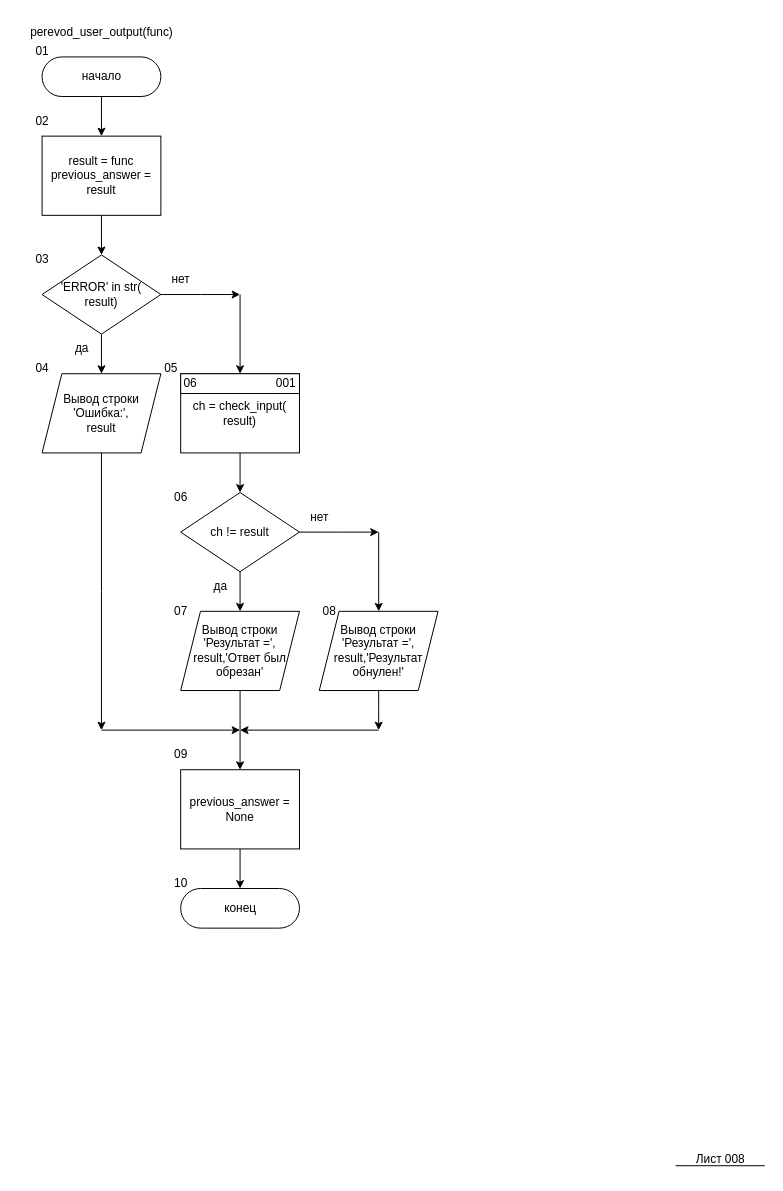
Earlier version of the draw.io diagram page "Page-6" (6 of 9) of start.drawio (Salamander-m/tillabaev). Source tidied: cells renumbered, new cells numbered last; positions are measured from the earlier drawing's top-left corner, leaving out a move shared by most shapes. Both pictures are drawn from the tidied source at 99%, with x=0, y=0 at pixel (17, 17).
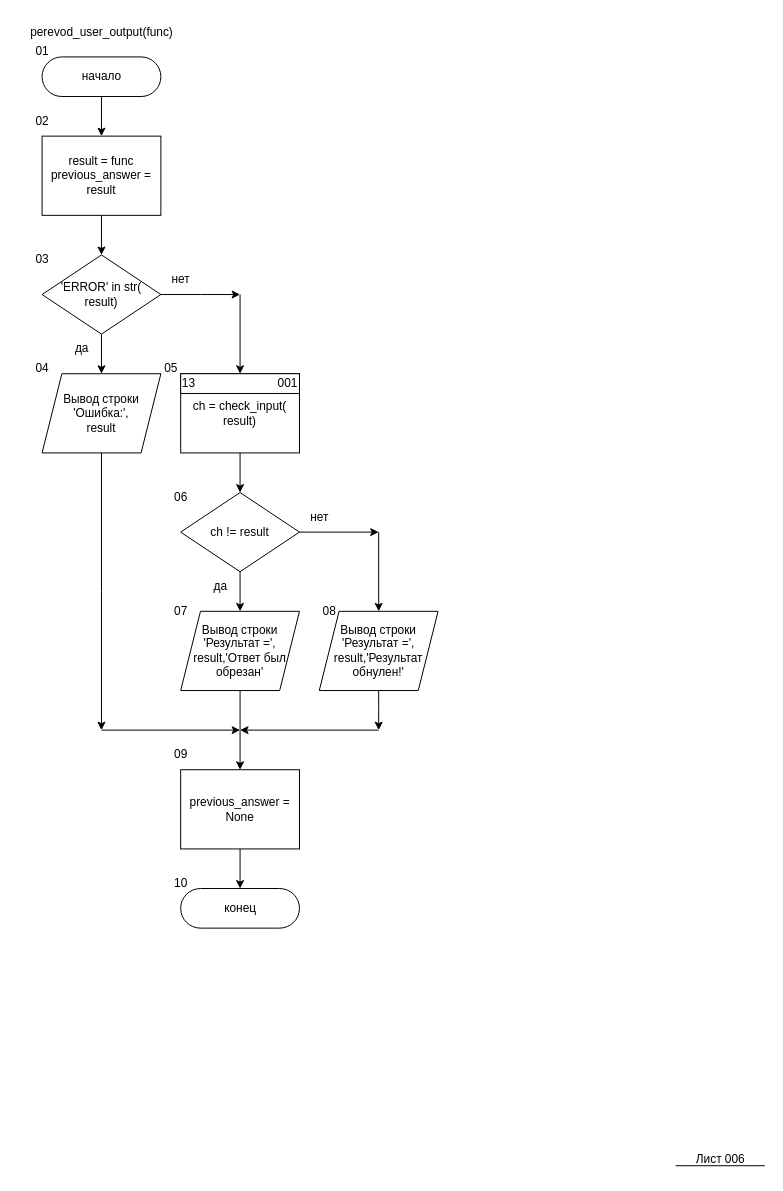
After the change.

What changed in the source:
```diff
@@
-    <mxCell id="20" value="06&amp;nbsp; &amp;nbsp; &amp;nbsp; &amp;nbsp; &amp;nbsp; &amp;nbsp; &amp;nbsp; &amp;nbsp; &amp;nbsp; &amp;nbsp; &amp;nbsp; &amp;nbsp; 001" style="rounded=0;whiteSpace=wrap;html=1;" parent="1" vertex="1">
+    <mxCell id="20" value="13&amp;nbsp; &amp;nbsp; &amp;nbsp; &amp;nbsp; &amp;nbsp; &amp;nbsp; &amp;nbsp; &amp;nbsp; &amp;nbsp; &amp;nbsp; &amp;nbsp; &amp;nbsp; &amp;nbsp;001" style="rounded=0;whiteSpace=wrap;html=1;" parent="1" vertex="1">
       <mxGeometry x="165" y="360" width="120" height="20" as="geometry" />
     </mxCell>
@@
-    <mxCell id="43" value="Лист 008" style="text;html=1;align=center;verticalAlign=middle;strokeColor=none;fillColor=none;" parent="1" vertex="1">
+    <mxCell id="43" value="Лист 006" style="text;html=1;align=center;verticalAlign=middle;strokeColor=none;fillColor=none;" parent="1" vertex="1">
       <mxGeometry x="675" y="1139" width="70" height="30" as="geometry" />
     </mxCell>
```
